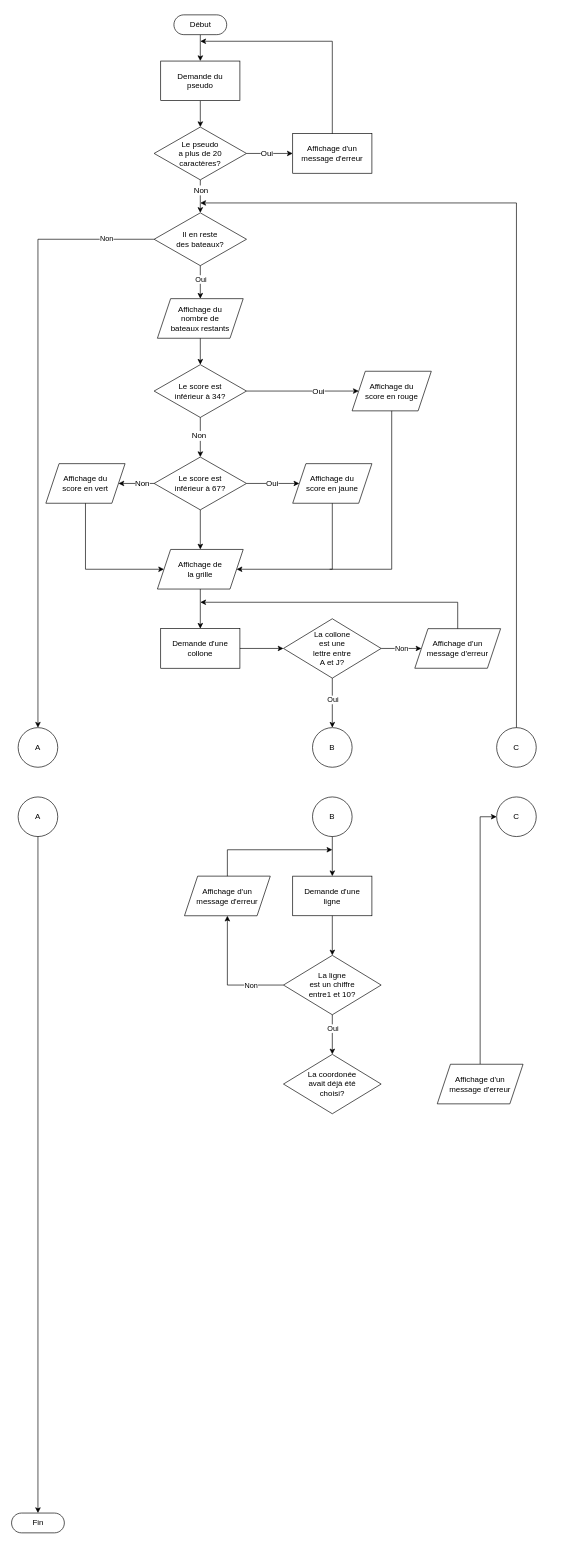
Before: Diagrammes/DiagrammeDeFlux.Partie.drawio in JoaoSantos129/BatailleNavale, a draw.io diagram. Source tidied: cells renumbered, new cells numbered last; positions are measured from the earlier drawing's top-left corner, leaving out a move shared by most shapes. Both pictures are drawn from the tidied source at 66%, with x=0, y=0 at pixel (11, 15).
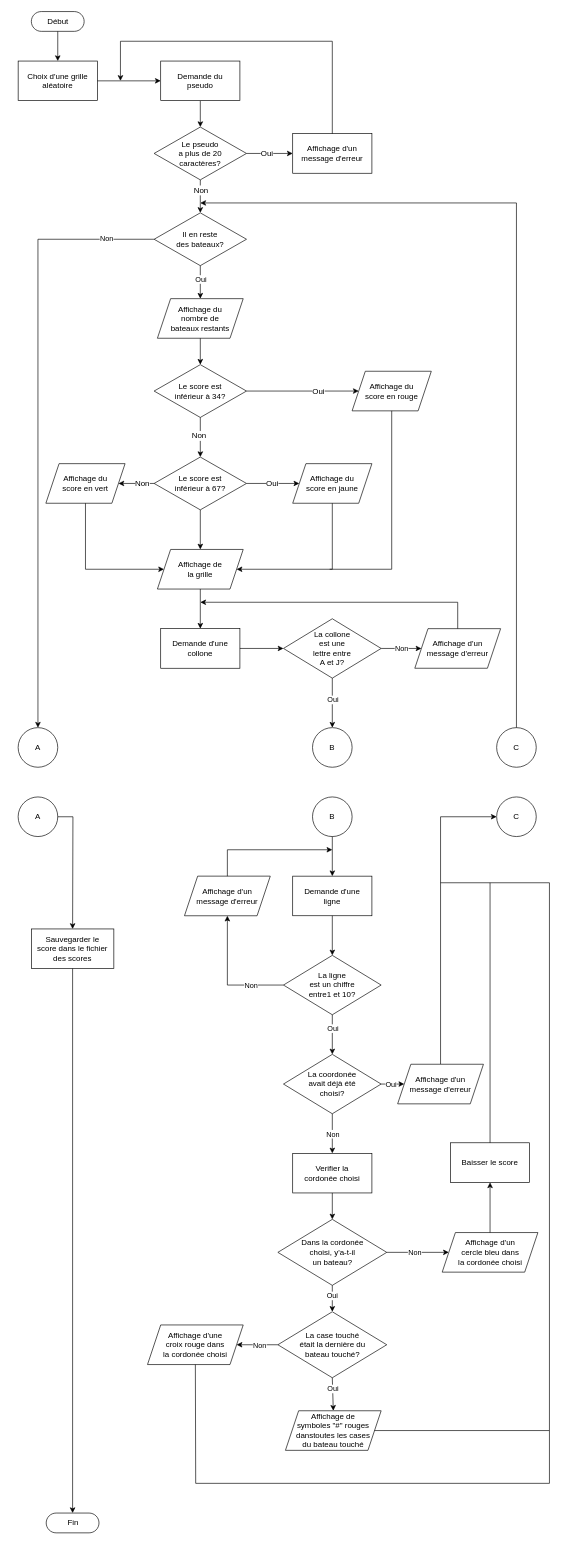
The same page after the edit.

Unchanged cells that the change refers to:
```xml
<mxCell id="4" value="&lt;span&gt;Demande du&lt;/span&gt;&lt;br&gt;&lt;span&gt;pseudo&lt;/span&gt;" style="rounded=0;whiteSpace=wrap;html=1;shadow=0;glass=0;sketch=0;fontFamily=Helvetica;fontSize=12;fontColor=default;strokeColor=default;fillColor=default;gradientColor=none;" parent="1" vertex="1">
  <mxGeometry x="226" y="70" width="120" height="60" as="geometry" />
</mxCell>
<mxCell id="7" value="Affichage d'un&lt;br&gt;message d'erreur" style="rounded=0;whiteSpace=wrap;html=1;shadow=0;glass=0;sketch=0;fontFamily=Helvetica;fontSize=12;fontColor=default;strokeColor=default;fillColor=default;gradientColor=none;" parent="1" vertex="1">
  <mxGeometry x="426" y="180" width="120" height="60" as="geometry" />
</mxCell>
<mxCell id="61" value="La coordonée&lt;br&gt;avait déjà été&lt;br&gt;choisi?" style="rhombus;whiteSpace=wrap;html=1;rounded=0;shadow=0;glass=0;sketch=0;fontFamily=Helvetica;fontSize=12;fontColor=default;strokeColor=default;fillColor=default;gradientColor=none;" parent="1" vertex="1">
  <mxGeometry x="412" y="1575" width="148" height="90" as="geometry" />
</mxCell>
<mxCell id="63" value="A" style="ellipse;whiteSpace=wrap;html=1;" parent="1" vertex="1">
  <mxGeometry x="10" y="1185" width="60" height="60" as="geometry" />
</mxCell>
<mxCell id="64" value="C" style="ellipse;whiteSpace=wrap;html=1;" parent="1" vertex="1">
  <mxGeometry x="735" y="1185" width="60" height="60" as="geometry" />
</mxCell>
```

Change to the diagram source:
```diff
@@
-    <mxCell id="2" style="endArrow=classic;html=1;rounded=0;fontFamily=Helvetica;fontSize=12;fontColor=default;exitX=0.5;exitY=1;exitDx=0;exitDy=0;entryX=0.5;entryY=0;entryDx=0;entryDy=0;" parent="1" edge="1" target="4">
-      <mxGeometry relative="1" as="geometry">
-        <mxPoint x="286" y="30" as="sourcePoint" />
-      </mxGeometry>
-    </mxCell>
@@
     <mxCell id="8" style="endArrow=classic;html=1;rounded=0;fontFamily=Helvetica;fontSize=12;fontColor=default;exitX=0.5;exitY=0;exitDx=0;exitDy=0;" parent="1" edge="1" source="7">
       <mxGeometry relative="1" as="geometry">
-        <mxPoint x="286" y="40" as="targetPoint" />
+        <mxPoint x="165" y="100" as="targetPoint" />
         <Array as="points">
           <mxPoint x="486" y="40" />
+          <mxPoint x="165" y="40" />
         </Array>
       </mxGeometry>
     </mxCell>
@@
     <mxCell id="23" value="Début" style="html=1;dashed=0;whitespace=wrap;shape=mxgraph.dfd.start;rounded=1;shadow=0;glass=0;sketch=0;fontFamily=Helvetica;fontSize=12;fontColor=default;strokeColor=default;fillColor=default;gradientColor=none;" parent="1" vertex="1">
-      <mxGeometry x="246" width="80" height="30" as="geometry" />
+      <mxGeometry x="30" y="-5" width="80" height="30" as="geometry" />
     </mxCell>
@@
     <mxCell id="26" value="Fin" style="html=1;dashed=0;whitespace=wrap;shape=mxgraph.dfd.start;rounded=1;shadow=0;glass=0;sketch=0;fontFamily=Helvetica;fontSize=12;fontColor=default;strokeColor=default;fillColor=default;gradientColor=none;" parent="1" vertex="1">
-      <mxGeometry y="2270" width="80" height="30" as="geometry" />
+      <mxGeometry x="52.5" y="2270" width="80" height="30" as="geometry" />
     </mxCell>
@@
-    <mxCell id="65" style="endArrow=classic;html=1;rounded=0;exitX=0.5;exitY=1;exitDx=0;exitDy=0;entryX=0.5;entryY=0.5;entryDx=0;entryDy=-15;entryPerimeter=0;" parent="1" edge="1" source="63" target="26">
-      <mxGeometry relative="1" as="geometry" />
-    </mxCell>
@@
     <mxCell id="68" style="endArrow=classic;html=1;rounded=0;entryX=0;entryY=0.5;entryDx=0;entryDy=0;exitX=0.5;exitY=0;exitDx=0;exitDy=0;" parent="1" edge="1" source="69" target="64">
       <mxGeometry relative="1" as="geometry">
         <Array as="points">
-          <mxPoint x="710" y="1215" />
+          <mxPoint x="650" y="1215" />
         </Array>
       </mxGeometry>
     </mxCell>
     <mxCell id="69" value="Affichage d'un&lt;br&gt;message d'erreur" style="shape=parallelogram;perimeter=parallelogramPerimeter;whiteSpace=wrap;html=1;fixedSize=1;rounded=0;shadow=0;glass=0;sketch=0;fontFamily=Helvetica;fontSize=12;fontColor=default;strokeColor=default;fillColor=default;gradientColor=none;" parent="1" vertex="1">
-      <mxGeometry x="645" y="1590" width="130" height="60" as="geometry" />
+      <mxGeometry x="585" y="1590" width="130" height="60" as="geometry" />
     </mxCell>
+    <mxCell id="70" style="endArrow=classic;html=1;rounded=0;exitX=1;exitY=0.5;exitDx=0;exitDy=0;entryX=0;entryY=0.5;entryDx=0;entryDy=0;" parent="1" edge="1" source="61" target="69">
+      <mxGeometry relative="1" as="geometry" />
+    </mxCell>
+    <mxCell id="71" value="Oui" style="edgeLabel;html=1;align=center;verticalAlign=middle;" parent="70" vertex="1">
+      <mxGeometry x="-0.58" y="1" relative="1" as="geometry">
+        <mxPoint x="7" y="1" as="offset" />
+      </mxGeometry>
+    </mxCell>
+    <mxCell id="72" style="endArrow=classic;html=1;rounded=0;exitX=0.5;exitY=1;exitDx=0;exitDy=0;entryX=0.5;entryY=0;entryDx=0;entryDy=0;" parent="1" edge="1" source="61" target="74">
+      <mxGeometry relative="1" as="geometry" />
+    </mxCell>
+    <mxCell id="73" value="Non" style="edgeLabel;html=1;align=center;verticalAlign=middle;" parent="72" vertex="1">
+      <mxGeometry x="-0.47" y="-4" relative="1" as="geometry">
+        <mxPoint x="4" y="14" as="offset" />
+      </mxGeometry>
+    </mxCell>
+    <mxCell id="74" value="Verifier la&lt;br&gt;cordonée choisi" style="rounded=0;whiteSpace=wrap;html=1;shadow=0;glass=0;sketch=0;fontFamily=Helvetica;fontSize=12;fontColor=default;strokeColor=default;fillColor=default;gradientColor=none;" parent="1" vertex="1">
+      <mxGeometry x="426" y="1725" width="120" height="60" as="geometry" />
+    </mxCell>
+    <mxCell id="75" value="Dans la cordonée&lt;br&gt;choisi, y'a-t-il&lt;br&gt;un bateau?" style="rhombus;whiteSpace=wrap;html=1;rounded=0;shadow=0;glass=0;sketch=0;fontFamily=Helvetica;fontSize=12;fontColor=default;strokeColor=default;fillColor=default;gradientColor=none;" parent="1" vertex="1">
+      <mxGeometry x="403.5" y="1825" width="165" height="100" as="geometry" />
+    </mxCell>
+    <mxCell id="76" style="endArrow=classic;html=1;rounded=0;exitX=0.5;exitY=1;exitDx=0;exitDy=0;entryX=0.5;entryY=0;entryDx=0;entryDy=0;" parent="1" edge="1" source="74" target="75">
+      <mxGeometry relative="1" as="geometry" />
+    </mxCell>
+    <mxCell id="77" style="endArrow=classic;html=1;rounded=0;exitX=1;exitY=0.5;exitDx=0;exitDy=0;entryX=0;entryY=0.5;entryDx=0;entryDy=0;" parent="1" edge="1" source="75" target="79">
+      <mxGeometry relative="1" as="geometry" />
+    </mxCell>
+    <mxCell id="78" value="Non" style="edgeLabel;html=1;align=center;verticalAlign=middle;" parent="77" vertex="1">
+      <mxGeometry x="0.38" y="-2" relative="1" as="geometry">
+        <mxPoint x="-23" y="-2" as="offset" />
+      </mxGeometry>
+    </mxCell>
+    <mxCell id="79" value="Affichage d'un&lt;br&gt;cercle bleu dans&lt;br&gt;la cordonée choisi" style="shape=parallelogram;perimeter=parallelogramPerimeter;whiteSpace=wrap;html=1;fixedSize=1;" parent="1" vertex="1">
+      <mxGeometry x="652.5" y="1845" width="145" height="60" as="geometry" />
+    </mxCell>
+    <mxCell id="80" style="endArrow=classic;html=1;rounded=0;exitX=0.5;exitY=1;exitDx=0;exitDy=0;entryX=0.5;entryY=0;entryDx=0;entryDy=0;" parent="1" edge="1" source="75" target="82">
+      <mxGeometry relative="1" as="geometry" />
+    </mxCell>
+    <mxCell id="81" value="Oui" style="edgeLabel;html=1;align=center;verticalAlign=middle;" parent="80" vertex="1">
+      <mxGeometry x="-0.5" y="4" relative="1" as="geometry">
+        <mxPoint x="-5" y="5" as="offset" />
+      </mxGeometry>
+    </mxCell>
+    <mxCell id="82" value="La case touché&lt;br&gt;était la dernière du&lt;br&gt;bateau touché?" style="rhombus;whiteSpace=wrap;html=1;rounded=0;shadow=0;glass=0;sketch=0;fontFamily=Helvetica;fontSize=12;fontColor=default;strokeColor=default;fillColor=default;gradientColor=none;" parent="1" vertex="1">
+      <mxGeometry x="403.5" y="1965" width="165" height="100" as="geometry" />
+    </mxCell>
+    <mxCell id="83" style="endArrow=classic;html=1;rounded=0;exitX=0;exitY=0.5;exitDx=0;exitDy=0;entryX=1;entryY=0.5;entryDx=0;entryDy=0;" parent="1" edge="1" source="82" target="85">
+      <mxGeometry relative="1" as="geometry" />
+    </mxCell>
+    <mxCell id="84" value="Non" style="edgeLabel;html=1;align=center;verticalAlign=middle;" parent="83" vertex="1">
+      <mxGeometry x="0.38" y="-2" relative="1" as="geometry">
+        <mxPoint x="15" y="2" as="offset" />
+      </mxGeometry>
+    </mxCell>
+    <mxCell id="85" value="Affichage d'une&lt;br&gt;croix rouge dans&lt;br&gt;la cordonée choisi" style="shape=parallelogram;perimeter=parallelogramPerimeter;whiteSpace=wrap;html=1;fixedSize=1;" parent="1" vertex="1">
+      <mxGeometry x="206" y="1985" width="145" height="60" as="geometry" />
+    </mxCell>
+    <mxCell id="86" value="Baisser le score" style="rounded=0;whiteSpace=wrap;html=1;" parent="1" vertex="1">
+      <mxGeometry x="665" y="1709" width="120" height="60" as="geometry" />
+    </mxCell>
+    <mxCell id="87" style="endArrow=none;html=1;rounded=0;exitX=0.5;exitY=0;exitDx=0;exitDy=0;" parent="1" edge="1" source="86">
+      <mxGeometry relative="1" as="geometry">
+        <mxPoint x="650" y="1315" as="targetPoint" />
+        <Array as="points">
+          <mxPoint x="725" y="1315" />
+        </Array>
+      </mxGeometry>
+    </mxCell>
+    <mxCell id="88" style="endArrow=classic;html=1;rounded=0;exitX=0.5;exitY=0;exitDx=0;exitDy=0;entryX=0.5;entryY=1;entryDx=0;entryDy=0;" parent="1" edge="1" source="79" target="86">
+      <mxGeometry relative="1" as="geometry" />
+    </mxCell>
+    <mxCell id="89" value="Choix d'une grille&lt;br&gt;aléatoire" style="rounded=0;whiteSpace=wrap;html=1;" parent="1" vertex="1">
+      <mxGeometry x="10" y="70" width="120" height="60" as="geometry" />
+    </mxCell>
+    <mxCell id="90" style="endArrow=classic;html=1;rounded=0;exitX=1;exitY=0.5;exitDx=0;exitDy=0;entryX=0;entryY=0.5;entryDx=0;entryDy=0;" parent="1" edge="1" source="89" target="4">
+      <mxGeometry relative="1" as="geometry" />
+    </mxCell>
+    <mxCell id="91" style="endArrow=classic;html=1;rounded=0;exitX=0.5;exitY=0.5;exitDx=0;exitDy=15.000000000000002;exitPerimeter=0;entryX=0.5;entryY=0;entryDx=0;entryDy=0;" parent="1" edge="1" source="23" target="89">
+      <mxGeometry relative="1" as="geometry" />
+    </mxCell>
+    <mxCell id="92" style="endArrow=classic;html=1;rounded=0;exitX=0.5;exitY=1;exitDx=0;exitDy=0;entryX=0.5;entryY=0;entryDx=0;entryDy=0;" parent="1" edge="1" source="82" target="94">
+      <mxGeometry relative="1" as="geometry" />
+    </mxCell>
+    <mxCell id="93" value="Oui" style="edgeLabel;html=1;align=center;verticalAlign=middle;" parent="92" vertex="1">
+      <mxGeometry x="-0.31" relative="1" as="geometry" />
+    </mxCell>
+    <mxCell id="94" value="Affichage de&lt;br&gt;symboles &quot;#&quot; rouges&lt;br&gt;danstoutes les cases&lt;br&gt;du bateau touché" style="shape=parallelogram;perimeter=parallelogramPerimeter;whiteSpace=wrap;html=1;fixedSize=1;" parent="1" vertex="1">
+      <mxGeometry x="415" y="2115" width="145" height="60" as="geometry" />
+    </mxCell>
+    <mxCell id="95" style="endArrow=none;html=1;rounded=0;exitX=1;exitY=0.5;exitDx=0;exitDy=0;" parent="1" edge="1" source="94">
+      <mxGeometry relative="1" as="geometry">
+        <mxPoint x="725" y="1315" as="targetPoint" />
+        <Array as="points">
+          <mxPoint x="815" y="2145" />
+          <mxPoint x="815" y="1315" />
+        </Array>
+      </mxGeometry>
+    </mxCell>
+    <mxCell id="96" style="endArrow=none;html=1;rounded=0;exitX=0.5;exitY=1;exitDx=0;exitDy=0;" parent="1" edge="1" source="85">
+      <mxGeometry relative="1" as="geometry">
+        <mxPoint x="815" y="2145" as="targetPoint" />
+        <Array as="points">
+          <mxPoint x="279" y="2225" />
+          <mxPoint x="815" y="2225" />
+        </Array>
+      </mxGeometry>
+    </mxCell>
+    <mxCell id="97" value="Sauvegarder le&lt;br&gt;score dans le fichier des scores" style="rounded=0;whiteSpace=wrap;html=1;" parent="1" vertex="1">
+      <mxGeometry x="30" y="1385" width="125" height="60" as="geometry" />
+    </mxCell>
+    <mxCell id="98" style="endArrow=classic;html=1;rounded=0;exitX=1;exitY=0.5;exitDx=0;exitDy=0;entryX=0.5;entryY=0;entryDx=0;entryDy=0;" parent="1" edge="1" source="63" target="97">
+      <mxGeometry relative="1" as="geometry">
+        <Array as="points">
+          <mxPoint x="93" y="1215" />
+        </Array>
+      </mxGeometry>
+    </mxCell>
+    <mxCell id="99" style="endArrow=classic;html=1;rounded=0;exitX=0.5;exitY=1;exitDx=0;exitDy=0;entryX=0.5;entryY=0.5;entryDx=0;entryDy=-15;entryPerimeter=0;" parent="1" edge="1" source="97" target="26">
+      <mxGeometry relative="1" as="geometry" />
+    </mxCell>
```
